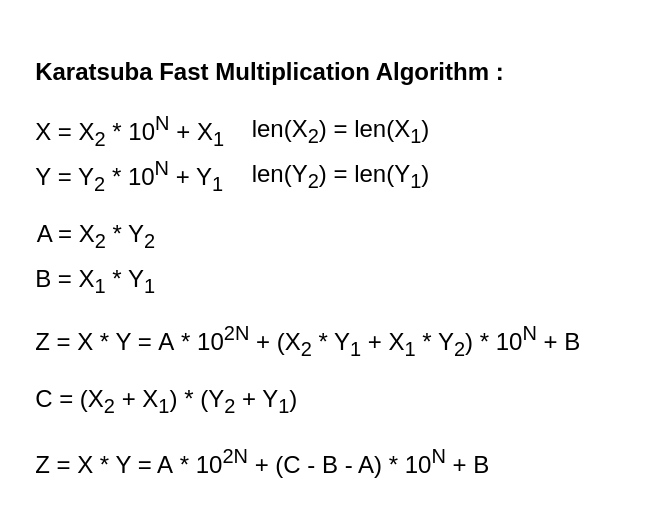
Before: projects/examples/source/08.14.drawio in i-s-m-mipt/Education, a draw.io diagram. Source tidied: cells renumbered, new cells numbered last; positions are measured from the earlier drawing's top-left corner, leaving out a move shared by most shapes. Both pictures are drawn from the tidied source at 150%, with x=0, y=0 at pixel (26, 40).
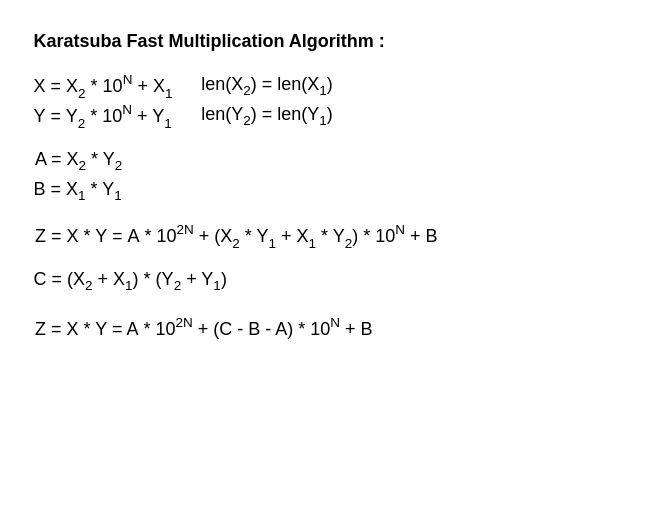
The same diagram, later.

The edit, as a diff of the source:
```diff
@@
 <mxGraphModel>
   <root>
     <mxCell id="0" />
     <mxCell id="1" parent="0" />
-    <mxCell id="2" value="&lt;font face=&quot;Helvetica&quot; style=&quot;font-size: 16px; color: rgb(0, 0, 0);&quot;&gt;&lt;b&gt;&lt;span style=&quot;background-color: rgb(255, 255, 255);&quot;&gt;&amp;nbsp;Karatsuba Fast M&lt;/span&gt;ultiplication Algorithm&amp;nbsp;:&lt;/b&gt;&lt;/font&gt;" style="text;html=1;align=left;verticalAlign=middle;whiteSpace=wrap;rounded=0;" parent="1" vertex="1">
-      <mxGeometry width="400" height="40" as="geometry" />
+    <mxCell id="2" value="&lt;font face=&quot;Helvetica&quot; style=&quot;color: rgb(0, 0, 0);&quot;&gt;&lt;b style=&quot;&quot;&gt;&lt;span style=&quot;background-color: rgb(255, 255, 255);&quot;&gt;&amp;nbsp;Karatsuba Fast M&lt;/span&gt;ultiplication Algorithm&amp;nbsp;:&lt;/b&gt;&lt;/font&gt;" style="text;html=1;align=left;verticalAlign=middle;whiteSpace=wrap;rounded=0;" parent="1" vertex="1">
+      <mxGeometry y="-10" width="240" height="20" as="geometry" />
     </mxCell>
-    <mxCell id="3" value="&lt;font style=&quot;&quot;&gt;&lt;span&gt;&lt;span style=&quot;font-size: 16px;&quot;&gt;&amp;nbsp;&lt;/span&gt;&lt;span style=&quot;font-size: 16px;&quot;&gt;X&lt;/span&gt;&lt;span style=&quot;font-size: 16px;&quot;&gt; = X&lt;sub&gt;2&lt;/sub&gt;&lt;/span&gt;&lt;span style=&quot;font-size: 16px;&quot;&gt;&amp;nbsp;* 10&lt;sup&gt;N&lt;/sup&gt;&lt;/span&gt;&lt;span style=&quot;font-size: 16px;&quot;&gt;&amp;nbsp;+ &lt;/span&gt;&lt;span style=&quot;font-size: 16px;&quot;&gt;X&lt;sub style=&quot;&quot;&gt;1&lt;/sub&gt;&lt;/span&gt;&lt;/span&gt;&lt;/font&gt;" style="text;html=1;align=left;verticalAlign=middle;whiteSpace=wrap;rounded=0;fontStyle=0;" parent="1" vertex="1">
-      <mxGeometry y="40" width="140" height="40" as="geometry" />
+    <mxCell id="3" value="&lt;font&gt;&lt;span&gt;&lt;span&gt;&amp;nbsp;&lt;/span&gt;&lt;span&gt;X&lt;/span&gt;&lt;span&gt; = X&lt;sub&gt;&lt;font style=&quot;font-size: 9px;&quot;&gt;2&lt;/font&gt;&lt;/sub&gt;&lt;/span&gt;&lt;span&gt;&amp;nbsp;* 10&lt;sup&gt;&lt;font style=&quot;font-size: 9px;&quot;&gt;N&lt;/font&gt;&lt;/sup&gt;&lt;/span&gt;&lt;span&gt;&amp;nbsp;+ &lt;/span&gt;&lt;span&gt;X&lt;sub&gt;&lt;font style=&quot;font-size: 9px;&quot;&gt;1&lt;/font&gt;&lt;/sub&gt;&lt;/span&gt;&lt;/span&gt;&lt;/font&gt;" style="text;html=1;align=left;verticalAlign=middle;whiteSpace=wrap;rounded=0;fontStyle=0;fontSize=12;" parent="1" vertex="1">
+      <mxGeometry y="20" width="100" height="20" as="geometry" />
     </mxCell>
-    <mxCell id="4" value="&lt;font style=&quot;font-size: 16px;&quot;&gt;&lt;span&gt;&amp;nbsp;Y&amp;nbsp;= Y&lt;sub style=&quot;&quot;&gt;2&lt;/sub&gt;&amp;nbsp;* 10&lt;sup style=&quot;&quot;&gt;N&lt;/sup&gt; + Y&lt;sub style=&quot;&quot;&gt;1&lt;/sub&gt;&lt;/span&gt;&lt;/font&gt;" style="text;html=1;align=left;verticalAlign=middle;whiteSpace=wrap;rounded=0;fontStyle=0;" parent="1" vertex="1">
-      <mxGeometry y="70" width="140" height="40" as="geometry" />
+    <mxCell id="4" value="&lt;font&gt;&lt;span&gt;&amp;nbsp;Y&amp;nbsp;= Y&lt;sub&gt;&lt;font style=&quot;font-size: 9px;&quot;&gt;2&lt;/font&gt;&lt;/sub&gt;&amp;nbsp;* 10&lt;sup&gt;&lt;font style=&quot;font-size: 9px;&quot;&gt;N&lt;/font&gt;&lt;/sup&gt; + Y&lt;sub&gt;&lt;font style=&quot;font-size: 9px;&quot;&gt;1&lt;/font&gt;&lt;/sub&gt;&lt;/span&gt;&lt;/font&gt;" style="text;html=1;align=left;verticalAlign=middle;whiteSpace=wrap;rounded=0;fontStyle=0;fontSize=12;" parent="1" vertex="1">
+      <mxGeometry y="40" width="100" height="20" as="geometry" />
     </mxCell>
-    <mxCell id="5" value="&lt;span&gt;&lt;font style=&quot;font-size: 16px;&quot;&gt;&amp;nbsp;Z&amp;nbsp;=&amp;nbsp;X * Y =&amp;nbsp;&lt;/font&gt;&lt;span style=&quot;font-size: 16px;&quot;&gt;A&amp;nbsp;* 10&lt;sup&gt;2N&lt;/sup&gt;&amp;nbsp;+ (X&lt;sub&gt;2&lt;/sub&gt; * Y&lt;sub&gt;1&lt;/sub&gt; + X&lt;sub&gt;1&lt;/sub&gt; * Y&lt;sub&gt;2&lt;/sub&gt;) * 10&lt;sup&gt;N&lt;/sup&gt; +&amp;nbsp;&lt;/span&gt;&lt;span style=&quot;font-size: 16px;&quot;&gt;B&lt;/span&gt;&lt;/span&gt;" style="text;html=1;align=left;verticalAlign=middle;whiteSpace=wrap;rounded=0;fontStyle=0;" parent="1" vertex="1">
-      <mxGeometry y="180" width="380" height="40" as="geometry" />
+    <mxCell id="5" value="&lt;span&gt;&lt;font&gt;&amp;nbsp;Z&amp;nbsp;=&amp;nbsp;X * Y =&amp;nbsp;&lt;/font&gt;&lt;span&gt;A&amp;nbsp;* 10&lt;sup&gt;&lt;font style=&quot;font-size: 9px;&quot;&gt;2N&lt;/font&gt;&lt;/sup&gt;&amp;nbsp;+ (X&lt;sub&gt;&lt;font style=&quot;font-size: 9px;&quot;&gt;2&lt;/font&gt;&lt;/sub&gt; * Y&lt;sub&gt;&lt;font style=&quot;font-size: 9px;&quot;&gt;1&lt;/font&gt;&lt;/sub&gt; + X&lt;sub&gt;&lt;font style=&quot;font-size: 9px;&quot;&gt;1&lt;/font&gt;&lt;/sub&gt; * Y&lt;sub&gt;&lt;font style=&quot;font-size: 9px;&quot;&gt;2&lt;/font&gt;&lt;/sub&gt;) * 10&lt;sup&gt;&lt;font style=&quot;font-size: 9px;&quot;&gt;N&lt;/font&gt;&lt;/sup&gt; +&amp;nbsp;&lt;/span&gt;&lt;span&gt;B&lt;/span&gt;&lt;/span&gt;" style="text;html=1;align=left;verticalAlign=middle;whiteSpace=wrap;rounded=0;fontStyle=0;fontSize=12;" parent="1" vertex="1">
+      <mxGeometry x="1" y="120" width="280" height="20" as="geometry" />
     </mxCell>
-    <mxCell id="6" value="&lt;font style=&quot;font-size: 16px;&quot;&gt;&lt;span&gt;&amp;nbsp;Z&amp;nbsp;=&amp;nbsp;X * Y = A&amp;nbsp;* 10&lt;sup&gt;2N&lt;/sup&gt; + (C - B - A) * 10&lt;sup&gt;N&lt;/sup&gt; + B&lt;/span&gt;&lt;/font&gt;" style="text;html=1;align=left;verticalAlign=middle;whiteSpace=wrap;rounded=0;fontStyle=0;" parent="1" vertex="1">
-      <mxGeometry y="260" width="320" height="40" as="geometry" />
+    <mxCell id="6" value="&lt;font&gt;&lt;span&gt;&amp;nbsp;Z&amp;nbsp;=&amp;nbsp;X * Y = A&amp;nbsp;* 10&lt;sup&gt;&lt;font style=&quot;font-size: 9px;&quot;&gt;2N&lt;/font&gt;&lt;/sup&gt; + (C - B - A) * 10&lt;sup&gt;&lt;font style=&quot;font-size: 9px;&quot;&gt;N&lt;/font&gt;&lt;/sup&gt; + B&lt;/span&gt;&lt;/font&gt;" style="text;html=1;align=left;verticalAlign=middle;whiteSpace=wrap;rounded=0;fontStyle=0;fontSize=12;" parent="1" vertex="1">
+      <mxGeometry x="1" y="180" width="240" height="20" as="geometry" />
     </mxCell>
-    <mxCell id="7" value="&lt;span style=&quot;font-size: 16px;&quot;&gt;&lt;span&gt;&amp;nbsp;A = X&lt;sub&gt;2&lt;/sub&gt; * Y&lt;sub&gt;2&lt;/sub&gt;&lt;/span&gt;&lt;/span&gt;" style="text;html=1;align=left;verticalAlign=middle;whiteSpace=wrap;rounded=0;fontStyle=0;" parent="1" vertex="1">
-      <mxGeometry x="1" y="110" width="99" height="40" as="geometry" />
+    <mxCell id="7" value="&lt;span&gt;&lt;span&gt;&amp;nbsp;A = X&lt;sub&gt;&lt;font style=&quot;font-size: 9px;&quot;&gt;2&lt;/font&gt;&lt;/sub&gt; * Y&lt;sub&gt;&lt;font style=&quot;font-size: 9px;&quot;&gt;2&lt;/font&gt;&lt;/sub&gt;&lt;/span&gt;&lt;/span&gt;" style="text;html=1;align=left;verticalAlign=middle;whiteSpace=wrap;rounded=0;fontStyle=0;fontSize=12;" parent="1" vertex="1">
+      <mxGeometry x="1" y="70" width="70" height="20" as="geometry" />
     </mxCell>
-    <mxCell id="8" value="&lt;span&gt;&lt;span style=&quot;font-size: 16px;&quot;&gt;&amp;nbsp;&lt;/span&gt;&lt;span style=&quot;font-size: 16px;&quot;&gt;B&lt;/span&gt;&lt;span style=&quot;font-size: 16px;&quot;&gt;&amp;nbsp;= X&lt;sub&gt;1&lt;/sub&gt;&lt;/span&gt;&lt;span style=&quot;font-size: 16px;&quot;&gt;&amp;nbsp;* Y&lt;sub&gt;1&lt;/sub&gt;&lt;/span&gt;&lt;/span&gt;" style="text;html=1;align=left;verticalAlign=middle;whiteSpace=wrap;rounded=0;fontStyle=0;" parent="1" vertex="1">
-      <mxGeometry y="140" width="100" height="40" as="geometry" />
+    <mxCell id="8" value="&lt;span&gt;&lt;span&gt;&amp;nbsp;&lt;/span&gt;&lt;span&gt;B&lt;/span&gt;&lt;span&gt;&amp;nbsp;= X&lt;sub&gt;&lt;font style=&quot;font-size: 9px;&quot;&gt;1&lt;/font&gt;&lt;/sub&gt;&lt;/span&gt;&lt;span&gt;&amp;nbsp;* Y&lt;sub&gt;&lt;font style=&quot;font-size: 9px;&quot;&gt;1&lt;/font&gt;&lt;/sub&gt;&lt;/span&gt;&lt;/span&gt;" style="text;html=1;align=left;verticalAlign=middle;whiteSpace=wrap;rounded=0;fontStyle=0;fontSize=12;" parent="1" vertex="1">
+      <mxGeometry y="90" width="71" height="20" as="geometry" />
     </mxCell>
-    <mxCell id="9" value="&lt;span&gt;&lt;span style=&quot;font-size: 16px;&quot;&gt;&amp;nbsp;C&lt;/span&gt;&lt;span style=&quot;font-size: 16px;&quot;&gt;&amp;nbsp;= (X&lt;sub&gt;2&lt;/sub&gt; + X&lt;sub&gt;1&lt;/sub&gt;) * (Y&lt;sub&gt;2&lt;/sub&gt; + Y&lt;sub&gt;1&lt;/sub&gt;)&lt;/span&gt;&lt;/span&gt;" style="text;html=1;align=left;verticalAlign=middle;whiteSpace=wrap;rounded=0;fontStyle=0;" parent="1" vertex="1">
-      <mxGeometry y="220" width="190" height="40" as="geometry" />
+    <mxCell id="9" value="&lt;span&gt;&lt;span&gt;&amp;nbsp;C&lt;/span&gt;&lt;span&gt;&amp;nbsp;= (X&lt;sub&gt;&lt;font style=&quot;font-size: 9px;&quot;&gt;2&lt;/font&gt;&lt;/sub&gt; + X&lt;sub&gt;&lt;font style=&quot;font-size: 9px;&quot;&gt;1&lt;/font&gt;&lt;/sub&gt;) * (Y&lt;sub&gt;&lt;font style=&quot;font-size: 9px;&quot;&gt;2&lt;/font&gt;&lt;/sub&gt; + Y&lt;sub&gt;&lt;font style=&quot;font-size: 9px;&quot;&gt;1&lt;/font&gt;&lt;/sub&gt;)&lt;/span&gt;&lt;/span&gt;" style="text;html=1;align=left;verticalAlign=middle;whiteSpace=wrap;rounded=0;fontStyle=0;fontSize=12;" parent="1" vertex="1">
+      <mxGeometry y="150" width="140" height="20" as="geometry" />
     </mxCell>
-    <mxCell id="10" value="&lt;font style=&quot;font-size: 16px;&quot;&gt;len(X&lt;sub&gt;2&lt;/sub&gt;) = len(X&lt;sub&gt;1&lt;/sub&gt;)&lt;/font&gt;" style="text;html=1;align=center;verticalAlign=middle;whiteSpace=wrap;rounded=0;" parent="1" vertex="1">
-      <mxGeometry x="140" y="40" width="140" height="40" as="geometry" />
+    <mxCell id="10" value="&lt;font&gt;len(X&lt;sub&gt;&lt;font style=&quot;font-size: 9px;&quot;&gt;2&lt;/font&gt;&lt;/sub&gt;) = len(X&lt;sub&gt;&lt;font style=&quot;font-size: 9px;&quot;&gt;1&lt;/font&gt;&lt;/sub&gt;)&lt;/font&gt;" style="text;html=1;align=center;verticalAlign=middle;whiteSpace=wrap;rounded=0;fontSize=12;" parent="1" vertex="1">
+      <mxGeometry x="111" y="20" width="100" height="20" as="geometry" />
     </mxCell>
-    <mxCell id="11" value="&lt;font style=&quot;font-size: 16px;&quot;&gt;len(Y&lt;sub&gt;2&lt;/sub&gt;) = len(Y&lt;sub&gt;1&lt;/sub&gt;)&lt;/font&gt;" style="text;html=1;align=center;verticalAlign=middle;whiteSpace=wrap;rounded=0;" parent="1" vertex="1">
-      <mxGeometry x="140" y="70" width="140" height="40" as="geometry" />
+    <mxCell id="11" value="&lt;font&gt;len(Y&lt;sub&gt;&lt;font style=&quot;font-size: 9px;&quot;&gt;2&lt;/font&gt;&lt;/sub&gt;) = len(Y&lt;sub&gt;&lt;font style=&quot;font-size: 9px;&quot;&gt;1&lt;/font&gt;&lt;/sub&gt;)&lt;/font&gt;" style="text;html=1;align=center;verticalAlign=middle;whiteSpace=wrap;rounded=0;fontSize=12;" parent="1" vertex="1">
+      <mxGeometry x="111" y="40" width="100" height="20" as="geometry" />
     </mxCell>
   </root>
 </mxGraphModel>
```
